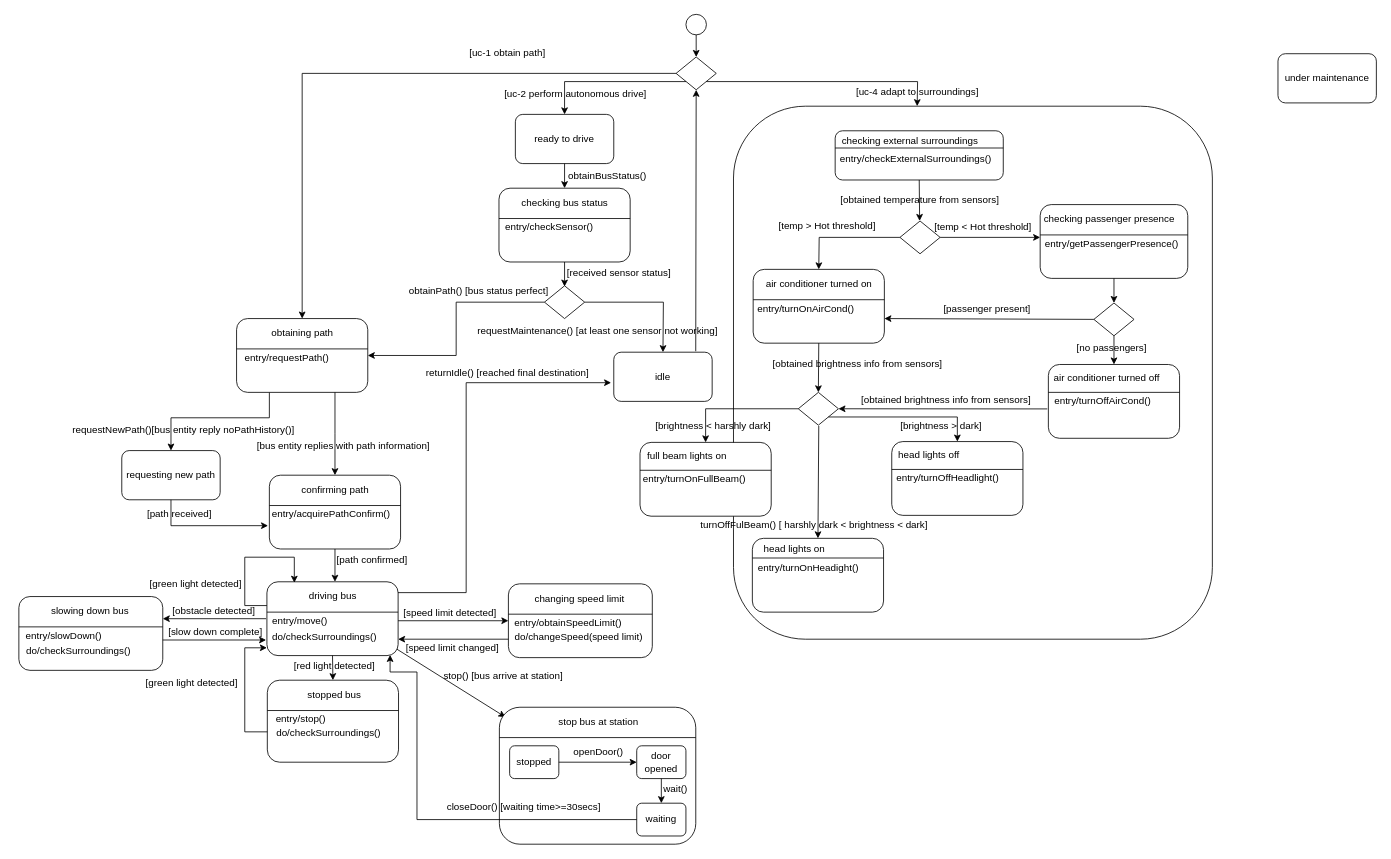
Earlier version of the draw.io diagram stateDiagramDrivingModule.drawio (justn0thinghere/drawio). Source tidied: cells renumbered, new cells numbered last; positions are measured from the earlier drawing's top-left corner, leaving out a move shared by most shapes. Both pictures are drawn from the tidied source at 82%, with x=0, y=0 at pixel (13, 14).
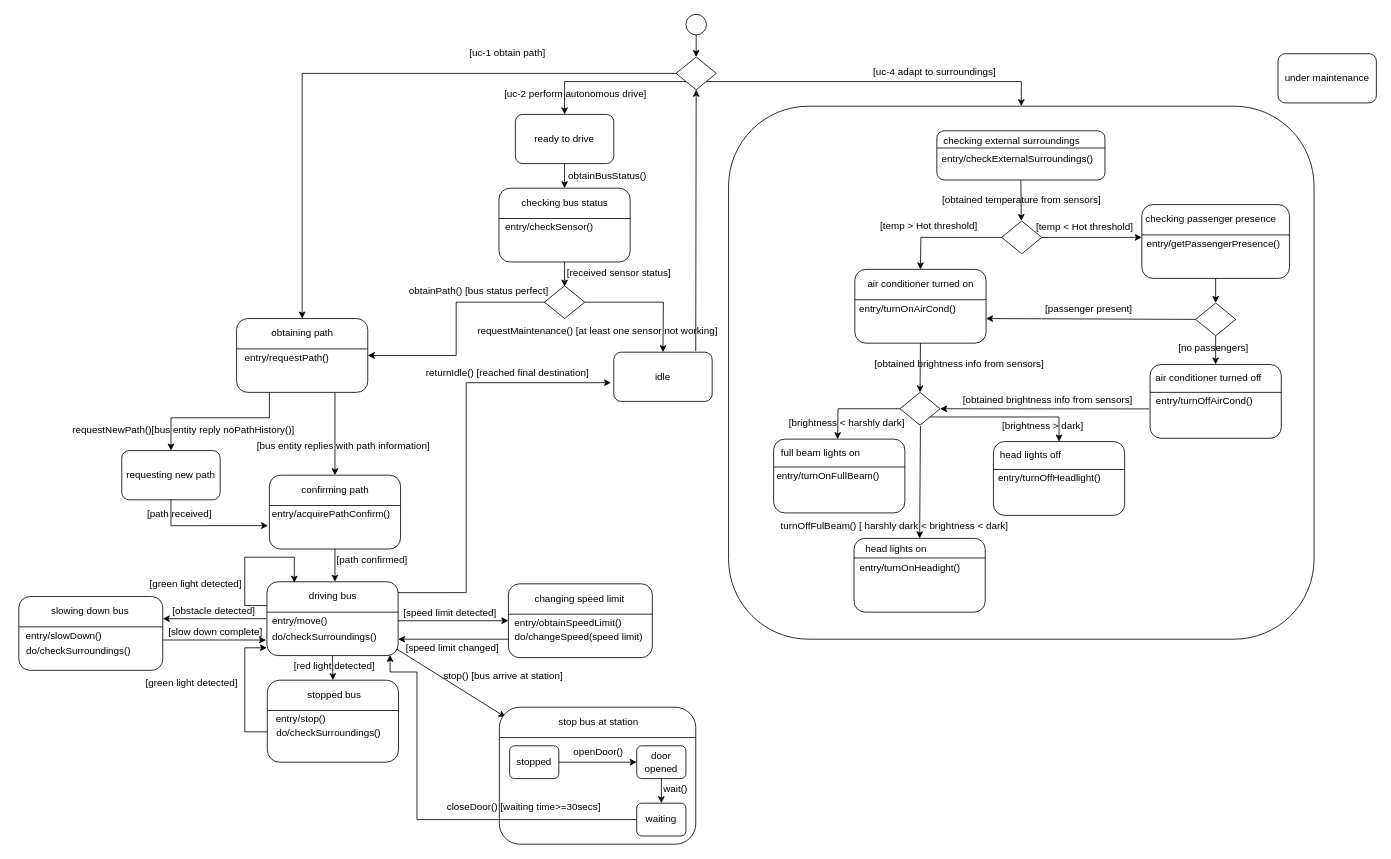
Above is the later version.

Unchanged cells that the change refers to:
```xml
<mxCell id="4" style="rhombus;whiteSpace=wrap;html=1;" parent="1" vertex="1">
  <mxGeometry x="808" y="52" width="49" height="40" as="geometry" />
</mxCell>
```

Diff of the diagram source:
```diff
@@
     <mxCell id="2" style="rounded=1;whiteSpace=wrap;html=1;" parent="1" vertex="1">
-      <mxGeometry x="878" y="112" width="584" height="650" as="geometry" />
+      <mxGeometry x="872" y="112" width="714" height="650" as="geometry" />
     </mxCell>
@@
-    <mxCell id="91" style="endArrow=classic;html=1;rounded=0;exitX=1;exitY=1;exitDx=0;exitDy=0;entryX=0.5;entryY=0;entryDx=0;entryDy=0;edgeStyle=orthogonalEdgeStyle;" parent="1" edge="1" source="4">
-      <mxGeometry relative="1" as="geometry">
-        <mxPoint x="1102" y="112" as="targetPoint" />
-      </mxGeometry>
+    <mxCell id="91" style="endArrow=classic;html=1;rounded=0;exitX=1;exitY=1;exitDx=0;exitDy=0;entryX=0.5;entryY=0;entryDx=0;entryDy=0;edgeStyle=orthogonalEdgeStyle;" parent="1" edge="1" source="4" target="2">
+      <mxGeometry relative="1" as="geometry" />
     </mxCell>
     <mxCell id="92" value="[uc-4 adapt to surroundings]" style="text;html=1;align=center;verticalAlign=middle;strokeColor=none;fillColor=none;" parent="1" vertex="1">
-      <mxGeometry x="1017" y="80" width="170" height="30" as="geometry" />
+      <mxGeometry x="1038" y="55" width="170" height="30" as="geometry" />
     </mxCell>
     <mxCell id="93" style="rounded=1;whiteSpace=wrap;html=1;" parent="1" vertex="1">
-      <mxGeometry x="1002" y="142" width="205" height="60" as="geometry" />
+      <mxGeometry x="1126" y="142" width="205" height="60" as="geometry" />
     </mxCell>
     <mxCell id="94" style="line;strokeWidth=1;fillColor=none;align=left;verticalAlign=middle;spacingTop=-1;spacingLeft=3;spacingRight=3;labelPosition=right;strokeColor=inherit;" parent="1" vertex="1">
-      <mxGeometry x="1002" y="159" width="205" height="8" as="geometry" />
+      <mxGeometry x="1126" y="159" width="205" height="8" as="geometry" />
     </mxCell>
     <mxCell id="95" value="checking external surroundings" style="text;html=1;align=center;verticalAlign=middle;strokeColor=none;fillColor=none;" parent="1" vertex="1">
-      <mxGeometry x="998" y="139" width="190" height="30" as="geometry" />
+      <mxGeometry x="1122" y="139" width="190" height="30" as="geometry" />
     </mxCell>
     <mxCell id="96" value="entry/checkExternalSurroundings()" style="text;html=1;align=center;verticalAlign=middle;strokeColor=none;fillColor=none;" parent="1" vertex="1">
-      <mxGeometry x="995" y="162" width="210" height="30" as="geometry" />
+      <mxGeometry x="1119" y="162" width="210" height="30" as="geometry" />
     </mxCell>
     <mxCell id="97" style="endArrow=classic;html=1;rounded=0;exitX=0.5;exitY=1;exitDx=0;exitDy=0;" parent="1" edge="1" source="93">
       <mxGeometry relative="1" as="geometry">
-        <mxPoint x="1105" y="252" as="targetPoint" />
+        <mxPoint x="1229" y="252" as="targetPoint" />
       </mxGeometry>
     </mxCell>
     <mxCell id="98" value="[obtained temperature from sensors]" style="text;html=1;align=center;verticalAlign=middle;strokeColor=none;fillColor=none;" parent="1" vertex="1">
-      <mxGeometry x="995" y="211" width="220" height="30" as="geometry" />
+      <mxGeometry x="1119" y="211" width="220" height="30" as="geometry" />
     </mxCell>
     <mxCell id="99" style="rhombus;whiteSpace=wrap;html=1;" parent="1" vertex="1">
-      <mxGeometry x="1081" y="252" width="49" height="40" as="geometry" />
+      <mxGeometry x="1205" y="252" width="49" height="40" as="geometry" />
     </mxCell>
     <mxCell id="100" style="endArrow=classic;html=1;rounded=0;exitX=0;exitY=0.5;exitDx=0;exitDy=0;entryX=0.5;entryY=0;entryDx=0;entryDy=0;edgeStyle=orthogonalEdgeStyle;" parent="1" edge="1" source="99">
       <mxGeometry relative="1" as="geometry">
-        <mxPoint x="982" y="311" as="targetPoint" />
+        <mxPoint x="1106" y="311" as="targetPoint" />
       </mxGeometry>
     </mxCell>
     <mxCell id="101" value="[temp &amp;lt; Hot threshold]" style="text;html=1;align=center;verticalAlign=middle;strokeColor=none;fillColor=none;" parent="1" vertex="1">
-      <mxGeometry x="1112" y="245" width="140" height="30" as="geometry" />
+      <mxGeometry x="1236" y="245" width="140" height="30" as="geometry" />
     </mxCell>
     <mxCell id="102" style="rounded=1;whiteSpace=wrap;html=1;" parent="1" vertex="1">
-      <mxGeometry x="902" y="311" width="160" height="90" as="geometry" />
+      <mxGeometry x="1026" y="311" width="160" height="90" as="geometry" />
     </mxCell>
     <mxCell id="103" style="line;strokeWidth=1;fillColor=none;align=left;verticalAlign=middle;spacingTop=-1;spacingLeft=3;spacingRight=3;labelPosition=right;strokeColor=inherit;" parent="1" vertex="1">
-      <mxGeometry x="902" y="344" width="160" height="8" as="geometry" />
+      <mxGeometry x="1026" y="344" width="160" height="8" as="geometry" />
     </mxCell>
     <mxCell id="104" value="air conditioner turned on" style="text;html=1;align=center;verticalAlign=middle;strokeColor=none;fillColor=none;" parent="1" vertex="1">
-      <mxGeometry x="907" y="314" width="150" height="30" as="geometry" />
+      <mxGeometry x="1031" y="314" width="150" height="30" as="geometry" />
     </mxCell>
     <mxCell id="105" value="entry/turnOnAirCond()" style="text;html=1;align=center;verticalAlign=middle;strokeColor=none;fillColor=none;" parent="1" vertex="1">
-      <mxGeometry x="896" y="344" width="140" height="30" as="geometry" />
+      <mxGeometry x="1020" y="344" width="140" height="30" as="geometry" />
     </mxCell>
     <mxCell id="106" style="endArrow=classic;html=1;rounded=0;exitX=1;exitY=0.5;exitDx=0;exitDy=0;" parent="1" edge="1" source="99">
       <mxGeometry relative="1" as="geometry">
-        <mxPoint x="1252" y="272" as="targetPoint" />
+        <mxPoint x="1376" y="272" as="targetPoint" />
       </mxGeometry>
     </mxCell>
     <mxCell id="107" style="rounded=1;whiteSpace=wrap;html=1;" parent="1" vertex="1">
-      <mxGeometry x="1252" y="232" width="180" height="90" as="geometry" />
+      <mxGeometry x="1376" y="232" width="180" height="90" as="geometry" />
     </mxCell>
     <mxCell id="108" style="line;strokeWidth=1;fillColor=none;align=left;verticalAlign=middle;spacingTop=-1;spacingLeft=3;spacingRight=3;labelPosition=right;strokeColor=inherit;" parent="1" vertex="1">
-      <mxGeometry x="1252" y="265" width="180" height="8" as="geometry" />
+      <mxGeometry x="1376" y="265" width="180" height="8" as="geometry" />
     </mxCell>
     <mxCell id="109" value="checking passenger presence" style="text;html=1;align=center;verticalAlign=middle;strokeColor=none;fillColor=none;" parent="1" vertex="1">
-      <mxGeometry x="1246" y="235" width="180" height="30" as="geometry" />
+      <mxGeometry x="1370" y="235" width="180" height="30" as="geometry" />
     </mxCell>
     <mxCell id="110" value="entry/getPassengerPresence()" style="text;html=1;align=center;verticalAlign=middle;strokeColor=none;fillColor=none;" parent="1" vertex="1">
-      <mxGeometry x="1244" y="265" width="190" height="30" as="geometry" />
+      <mxGeometry x="1368" y="265" width="190" height="30" as="geometry" />
     </mxCell>
@@
     <mxCell id="114" value="[temp &amp;gt; Hot threshold]" style="text;html=1;align=center;verticalAlign=middle;strokeColor=none;fillColor=none;" parent="1" vertex="1">
-      <mxGeometry x="922" y="243" width="140" height="30" as="geometry" />
+      <mxGeometry x="1046" y="243" width="140" height="30" as="geometry" />
     </mxCell>
     <mxCell id="115" style="rhombus;whiteSpace=wrap;html=1;" parent="1" vertex="1">
-      <mxGeometry x="1317.5" y="352" width="49" height="40" as="geometry" />
+      <mxGeometry x="1441.5" y="352" width="49" height="40" as="geometry" />
     </mxCell>
@@
     <mxCell id="117" style="endArrow=classic;html=1;rounded=0;exitX=0;exitY=0.5;exitDx=0;exitDy=0;" parent="1" edge="1" source="115">
       <mxGeometry relative="1" as="geometry">
-        <mxPoint x="1062" y="371" as="targetPoint" />
+        <mxPoint x="1186" y="371" as="targetPoint" />
       </mxGeometry>
     </mxCell>
     <mxCell id="118" value="[passenger present]" style="text;html=1;align=center;verticalAlign=middle;strokeColor=none;fillColor=none;" parent="1" vertex="1">
-      <mxGeometry x="1122" y="344" width="130" height="30" as="geometry" />
+      <mxGeometry x="1246" y="344" width="130" height="30" as="geometry" />
     </mxCell>
     <mxCell id="119" style="rounded=1;whiteSpace=wrap;html=1;" parent="1" vertex="1">
-      <mxGeometry x="1262" y="427" width="160" height="90" as="geometry" />
+      <mxGeometry x="1386" y="427" width="160" height="90" as="geometry" />
     </mxCell>
     <mxCell id="120" style="line;strokeWidth=1;fillColor=none;align=left;verticalAlign=middle;spacingTop=-1;spacingLeft=3;spacingRight=3;labelPosition=right;strokeColor=inherit;" parent="1" vertex="1">
-      <mxGeometry x="1262" y="457" width="160" height="8" as="geometry" />
+      <mxGeometry x="1386" y="457" width="160" height="8" as="geometry" />
     </mxCell>
     <mxCell id="121" value="air conditioner turned off" style="text;html=1;align=center;verticalAlign=middle;strokeColor=none;fillColor=none;" parent="1" vertex="1">
-      <mxGeometry x="1258" y="429" width="150" height="30" as="geometry" />
+      <mxGeometry x="1382" y="429" width="150" height="30" as="geometry" />
     </mxCell>
     <mxCell id="122" value="entry/turnOffAirCond()" style="text;html=1;align=center;verticalAlign=middle;strokeColor=none;fillColor=none;" parent="1" vertex="1">
-      <mxGeometry x="1258" y="457" width="140" height="30" as="geometry" />
+      <mxGeometry x="1382" y="457" width="140" height="30" as="geometry" />
     </mxCell>
@@
     <mxCell id="124" value="[no passengers]" style="text;html=1;align=center;verticalAlign=middle;strokeColor=none;fillColor=none;" parent="1" vertex="1">
-      <mxGeometry x="1284" y="392" width="110" height="30" as="geometry" />
+      <mxGeometry x="1408" y="392" width="110" height="30" as="geometry" />
     </mxCell>
@@
     <mxCell id="126" style="rhombus;whiteSpace=wrap;html=1;" parent="1" vertex="1">
-      <mxGeometry x="957" y="461" width="49" height="40" as="geometry" />
+      <mxGeometry x="1081" y="461" width="49" height="40" as="geometry" />
     </mxCell>
@@
     <mxCell id="128" value="[obtained brightness info from sensors]" style="text;html=1;align=center;verticalAlign=middle;strokeColor=none;fillColor=none;" parent="1" vertex="1">
-      <mxGeometry x="914" y="412" width="230" height="30" as="geometry" />
+      <mxGeometry x="1038" y="412" width="230" height="30" as="geometry" />
     </mxCell>
     <mxCell id="129" value="[obtained brightness info from sensors]" style="text;html=1;align=center;verticalAlign=middle;strokeColor=none;fillColor=none;" parent="1" vertex="1">
-      <mxGeometry x="1022" y="455" width="230" height="30" as="geometry" />
+      <mxGeometry x="1146" y="455" width="230" height="30" as="geometry" />
     </mxCell>
-    <mxCell id="130" style="endArrow=classic;html=1;rounded=0;exitX=0;exitY=0.5;exitDx=0;exitDy=0;edgeStyle=orthogonalEdgeStyle;entryX=0.5;entryY=0;entryDx=0;entryDy=0;" parent="1" edge="1" source="126" target="131">
-      <mxGeometry relative="1" as="geometry" />
+    <mxCell id="130" style="endArrow=classic;html=1;rounded=0;exitX=0;exitY=0.5;exitDx=0;exitDy=0;edgeStyle=orthogonalEdgeStyle;entryX=0.5;entryY=0;entryDx=0;entryDy=0;" parent="1" edge="1" source="126">
+      <mxGeometry relative="1" as="geometry">
+        <mxPoint x="1005" y="518" as="targetPoint" />
+      </mxGeometry>
     </mxCell>
     <mxCell id="131" style="rounded=1;whiteSpace=wrap;html=1;" parent="1" vertex="1">
-      <mxGeometry x="764" y="522" width="160" height="90" as="geometry" />
+      <mxGeometry x="927" y="518" width="160" height="90" as="geometry" />
     </mxCell>
     <mxCell id="132" style="line;strokeWidth=1;fillColor=none;align=left;verticalAlign=middle;spacingTop=-1;spacingLeft=3;spacingRight=3;labelPosition=right;strokeColor=inherit;" parent="1" vertex="1">
-      <mxGeometry x="764" y="552" width="160" height="8" as="geometry" />
+      <mxGeometry x="927" y="548" width="160" height="8" as="geometry" />
     </mxCell>
     <mxCell id="133" value="full beam lights on" style="text;html=1;align=center;verticalAlign=middle;strokeColor=none;fillColor=none;" parent="1" vertex="1">
-      <mxGeometry x="761" y="524" width="120" height="30" as="geometry" />
+      <mxGeometry x="924" y="520" width="120" height="30" as="geometry" />
     </mxCell>
     <mxCell id="134" value="entry/turnOnFullBeam()" style="text;html=1;align=center;verticalAlign=middle;strokeColor=none;fillColor=none;" parent="1" vertex="1">
-      <mxGeometry x="755" y="552" width="150" height="30" as="geometry" />
+      <mxGeometry x="918" y="548" width="150" height="30" as="geometry" />
     </mxCell>
     <mxCell id="135" value="[brightness &amp;lt; harshly dark]" style="text;html=1;align=center;verticalAlign=middle;strokeColor=none;fillColor=none;" parent="1" vertex="1">
-      <mxGeometry x="772.5" y="487" width="160" height="30" as="geometry" />
+      <mxGeometry x="935.5" y="483" width="160" height="30" as="geometry" />
     </mxCell>
     <mxCell id="136" style="rounded=1;whiteSpace=wrap;html=1;" parent="1" vertex="1">
-      <mxGeometry x="901" y="639" width="160" height="90" as="geometry" />
+      <mxGeometry x="1025" y="639" width="160" height="90" as="geometry" />
     </mxCell>
     <mxCell id="137" style="line;strokeWidth=1;fillColor=none;align=left;verticalAlign=middle;spacingTop=-1;spacingLeft=3;spacingRight=3;labelPosition=right;strokeColor=inherit;" parent="1" vertex="1">
-      <mxGeometry x="901" y="659" width="160" height="8" as="geometry" />
+      <mxGeometry x="1025" y="659" width="160" height="8" as="geometry" />
     </mxCell>
     <mxCell id="138" value="head lights on" style="text;html=1;align=center;verticalAlign=middle;strokeColor=none;fillColor=none;" parent="1" vertex="1">
-      <mxGeometry x="902" y="637" width="100" height="30" as="geometry" />
+      <mxGeometry x="1026" y="637" width="100" height="30" as="geometry" />
     </mxCell>
     <mxCell id="139" value="turnOffFulBeam() [ harshly dark &amp;lt; brightness &amp;lt; dark]" style="text;html=1;align=center;verticalAlign=middle;strokeColor=none;fillColor=none;" parent="1" vertex="1">
-      <mxGeometry x="826" y="608" width="300" height="30" as="geometry" />
+      <mxGeometry x="924" y="609" width="300" height="30" as="geometry" />
     </mxCell>
     <mxCell id="140" style="endArrow=classic;html=1;rounded=0;entryX=0.5;entryY=0;entryDx=0;entryDy=0;" parent="1" edge="1" target="136">
       <mxGeometry relative="1" as="geometry">
-        <mxPoint x="982" y="502" as="sourcePoint" />
+        <mxPoint x="1106" y="502" as="sourcePoint" />
       </mxGeometry>
     </mxCell>
     <mxCell id="141" value="entry/turnOnHeadight()" style="text;html=1;align=center;verticalAlign=middle;strokeColor=none;fillColor=none;" parent="1" vertex="1">
-      <mxGeometry x="894" y="660" width="150" height="30" as="geometry" />
+      <mxGeometry x="1018" y="660" width="150" height="30" as="geometry" />
     </mxCell>
     <mxCell id="142" style="rounded=1;whiteSpace=wrap;html=1;" parent="1" vertex="1">
-      <mxGeometry x="1071" y="521" width="160" height="90" as="geometry" />
+      <mxGeometry x="1195" y="521" width="160" height="90" as="geometry" />
     </mxCell>
     <mxCell id="143" style="line;strokeWidth=1;fillColor=none;align=left;verticalAlign=middle;spacingTop=-1;spacingLeft=3;spacingRight=3;labelPosition=right;strokeColor=inherit;" parent="1" vertex="1">
-      <mxGeometry x="1071" y="551" width="160" height="8" as="geometry" />
+      <mxGeometry x="1195" y="551" width="160" height="8" as="geometry" />
     </mxCell>
     <mxCell id="144" value="head lights off" style="text;html=1;align=center;verticalAlign=middle;strokeColor=none;fillColor=none;" parent="1" vertex="1">
-      <mxGeometry x="1066" y="523" width="100" height="30" as="geometry" />
+      <mxGeometry x="1190" y="523" width="100" height="30" as="geometry" />
     </mxCell>
     <mxCell id="145" value="entry/turnOffHeadlight()" style="text;html=1;align=center;verticalAlign=middle;strokeColor=none;fillColor=none;" parent="1" vertex="1">
-      <mxGeometry x="1064" y="551" width="150" height="30" as="geometry" />
+      <mxGeometry x="1188" y="551" width="150" height="30" as="geometry" />
     </mxCell>
@@
     <mxCell id="147" value="[brightness &amp;gt; dark]" style="text;html=1;align=center;verticalAlign=middle;strokeColor=none;fillColor=none;" parent="1" vertex="1">
-      <mxGeometry x="1071" y="487" width="120" height="30" as="geometry" />
+      <mxGeometry x="1195" y="487" width="120" height="30" as="geometry" />
     </mxCell>
```
